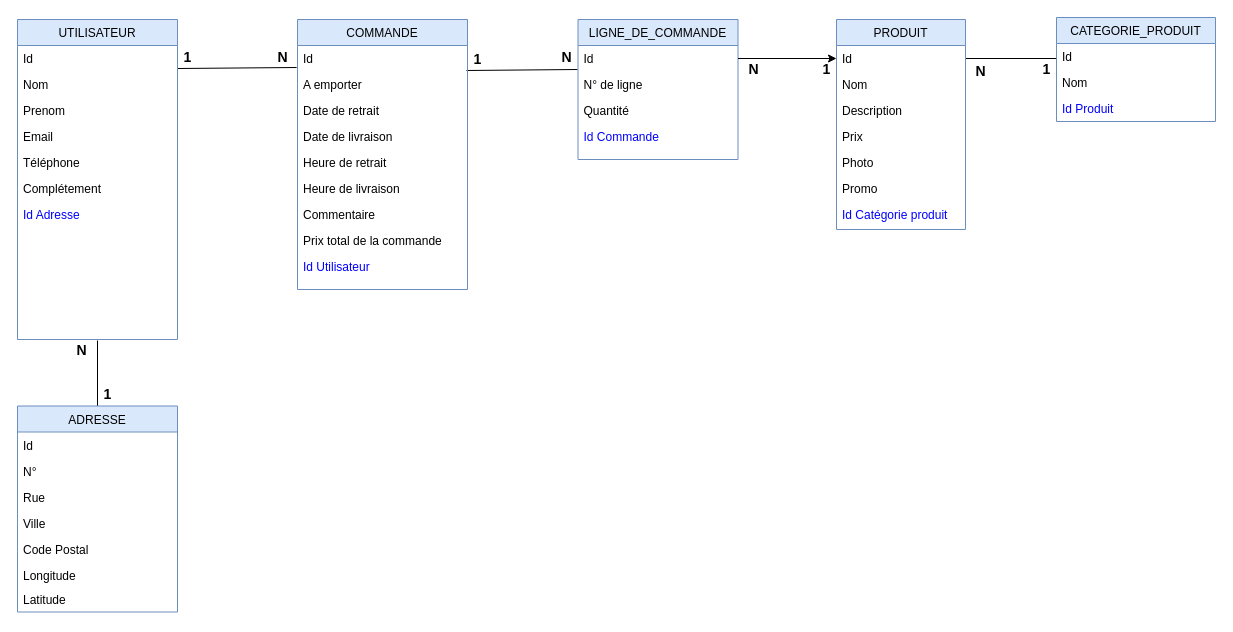
This is documentation/MCD bistrothouse.drawio from yanncipolla/bistrothouse_back, a draw.io file, before an edit. Source tidied: cells renumbered, new cells numbered last; positions are measured from the earlier drawing's top-left corner, leaving out a move shared by most shapes. Both pictures are drawn from the tidied source at 100%, with x=0, y=0 at pixel (17, 17).
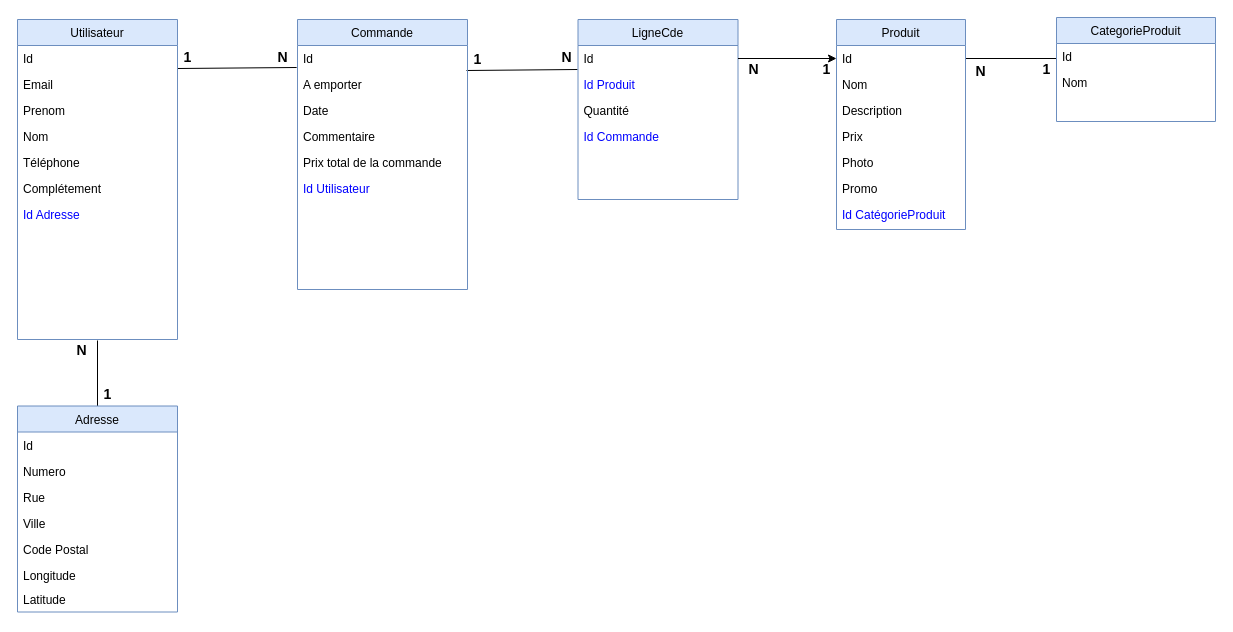
The same page after the edit.

The change refers to these unchanged cells:
```xml
<mxCell id="24" value="Id" style="text;align=left;verticalAlign=top;spacingLeft=4;spacingRight=4;overflow=hidden;points=[[0,0.5],[1,0.5]];portConstraint=eastwest;" parent="23" vertex="1">
  <mxGeometry y="26" width="170" height="26" as="geometry" />
</mxCell>
```

Diff of the diagram source:
```diff
@@
-    <mxCell id="6" style="endArrow=none;html=1;exitX=0.994;exitY=0.962;exitDx=0;exitDy=0;exitPerimeter=0;entryX=-0.003;entryY=-0.077;entryDx=0;entryDy=0;entryPerimeter=0;" parent="1" edge="1" source="24" target="35">
-      <mxGeometry relative="1" as="geometry" />
+    <mxCell id="6" style="endArrow=none;html=1;exitX=0.994;exitY=0.962;exitDx=0;exitDy=0;exitPerimeter=0;entryX=-0.003;entryY=-0.077;entryDx=0;entryDy=0;entryPerimeter=0;" parent="1" edge="1" source="24">
+      <mxGeometry relative="1" as="geometry">
+        <mxPoint x="560" y="52" as="targetPoint" />
+      </mxGeometry>
     </mxCell>
@@
-    <mxCell id="15" value="UTILISATEUR" style="swimlane;fontStyle=0;align=center;verticalAlign=top;horizontal=1;startSize=26;rounded=0;shadow=0;strokeWidth=1;fillColor=#dae8fc;strokeColor=#6c8ebf;" parent="1" vertex="1">
+    <mxCell id="15" value="Utilisateur" style="swimlane;fontStyle=0;align=center;verticalAlign=top;horizontal=1;startSize=26;rounded=0;shadow=0;strokeWidth=1;fillColor=#dae8fc;strokeColor=#6c8ebf;" parent="1" vertex="1">
       <mxGeometry y="2" width="160" height="320" as="geometry" />
     </mxCell>
@@
-    <mxCell id="17" value="Nom" style="text;align=left;verticalAlign=top;spacingLeft=4;spacingRight=4;overflow=hidden;" parent="15" vertex="1">
+    <mxCell id="17" value="Email" style="text;align=left;verticalAlign=top;spacingLeft=4;spacingRight=4;overflow=hidden;" parent="15" vertex="1">
       <mxGeometry y="52" width="160" height="26" as="geometry" />
     </mxCell>
@@
-    <mxCell id="19" value="Email" style="text;align=left;verticalAlign=top;spacingLeft=4;spacingRight=4;overflow=hidden;" parent="15" vertex="1">
+    <mxCell id="19" value="Nom" style="text;align=left;verticalAlign=top;spacingLeft=4;spacingRight=4;overflow=hidden;" parent="15" vertex="1">
       <mxGeometry y="104" width="160" height="26" as="geometry" />
     </mxCell>
@@
-    <mxCell id="23" value="COMMANDE" style="swimlane;fontStyle=0;align=center;verticalAlign=top;horizontal=1;startSize=26;rounded=0;shadow=0;strokeWidth=1;fillColor=#dae8fc;strokeColor=#6c8ebf;" parent="1" vertex="1">
+    <mxCell id="23" value="Commande" style="swimlane;fontStyle=0;align=center;verticalAlign=top;horizontal=1;startSize=26;rounded=0;shadow=0;strokeWidth=1;fillColor=#dae8fc;strokeColor=#6c8ebf;" parent="1" vertex="1">
       <mxGeometry x="280" y="2" width="170" height="270" as="geometry" />
     </mxCell>
@@
-    <mxCell id="26" value="Date de retrait" style="text;align=left;verticalAlign=top;spacingLeft=4;spacingRight=4;overflow=hidden;" parent="23" vertex="1">
+    <mxCell id="26" value="Date" style="text;align=left;verticalAlign=top;spacingLeft=4;spacingRight=4;overflow=hidden;" parent="23" vertex="1">
       <mxGeometry y="78" width="170" height="26" as="geometry" />
     </mxCell>
-    <mxCell id="27" value="Date de livraison" style="text;align=left;verticalAlign=top;spacingLeft=4;spacingRight=4;overflow=hidden;" parent="23" vertex="1">
-      <mxGeometry y="104" width="170" height="26" as="geometry" />
-    </mxCell>
-    <mxCell id="28" value="Heure de retrait" style="text;align=left;verticalAlign=top;spacingLeft=4;spacingRight=4;overflow=hidden;" parent="23" vertex="1">
-      <mxGeometry y="130" width="170" height="26" as="geometry" />
-    </mxCell>
-    <mxCell id="29" value="Heure de livraison" style="text;align=left;verticalAlign=top;spacingLeft=4;spacingRight=4;overflow=hidden;" parent="23" vertex="1">
-      <mxGeometry y="156" width="170" height="26" as="geometry" />
-    </mxCell>
     <mxCell id="30" value="Commentaire" style="text;align=left;verticalAlign=top;spacingLeft=4;spacingRight=4;overflow=hidden;" parent="23" vertex="1">
-      <mxGeometry y="182" width="170" height="26" as="geometry" />
+      <mxGeometry y="104" width="170" height="26" as="geometry" />
     </mxCell>
     <mxCell id="31" value="Prix total de la commande" style="text;align=left;verticalAlign=top;spacingLeft=4;spacingRight=4;overflow=hidden;" parent="23" vertex="1">
-      <mxGeometry y="208" width="170" height="26" as="geometry" />
+      <mxGeometry y="130" width="170" height="26" as="geometry" />
     </mxCell>
     <mxCell id="32" value="Id Utilisateur" style="text;align=left;verticalAlign=top;spacingLeft=4;spacingRight=4;overflow=hidden;fontColor=#0000FF;" parent="23" vertex="1">
-      <mxGeometry y="234" width="170" height="26" as="geometry" />
+      <mxGeometry y="156" width="170" height="26" as="geometry" />
     </mxCell>
-    <mxCell id="33" value="LIGNE_DE_COMMANDE" style="swimlane;fontStyle=0;align=center;verticalAlign=top;horizontal=1;startSize=26;rounded=0;shadow=0;strokeWidth=1;fillColor=#dae8fc;strokeColor=#6c8ebf;" parent="1" vertex="1">
-      <mxGeometry x="560.5" y="2" width="160" height="140" as="geometry" />
+    <mxCell id="33" value="LigneCde" style="swimlane;fontStyle=0;align=center;verticalAlign=top;horizontal=1;startSize=26;rounded=0;shadow=0;strokeWidth=1;fillColor=#dae8fc;strokeColor=#6c8ebf;" parent="1" vertex="1">
+      <mxGeometry x="560.5" y="2" width="160" height="180" as="geometry" />
     </mxCell>
@@
-    <mxCell id="35" value="N° de ligne" style="text;align=left;verticalAlign=top;spacingLeft=4;spacingRight=4;overflow=hidden;points=[[0,0.5],[1,0.5]];portConstraint=eastwest;fontColor=#000000;" parent="33" vertex="1">
-      <mxGeometry y="52" width="160" height="26" as="geometry" />
-    </mxCell>
+    <mxCell id="59" value="Id Produit" style="text;align=left;verticalAlign=top;spacingLeft=4;spacingRight=4;overflow=hidden;fontColor=#0000FF;" parent="33" vertex="1">
+      <mxGeometry y="52" width="160" height="26" as="geometry" />
+    </mxCell>
@@
-    <mxCell id="38" value="ADRESSE" style="swimlane;fontStyle=0;align=center;verticalAlign=top;horizontal=1;startSize=26;rounded=0;shadow=0;strokeWidth=1;fillColor=#dae8fc;strokeColor=#6c8ebf;" parent="1" vertex="1">
+    <mxCell id="38" value="Adresse" style="swimlane;fontStyle=0;align=center;verticalAlign=top;horizontal=1;startSize=26;rounded=0;shadow=0;strokeWidth=1;fillColor=#dae8fc;strokeColor=#6c8ebf;" parent="1" vertex="1">
       <mxGeometry y="388.5" width="160" height="206" as="geometry" />
     </mxCell>
@@
-    <mxCell id="40" value="N°" style="text;align=left;verticalAlign=top;spacingLeft=4;spacingRight=4;overflow=hidden;" parent="38" vertex="1">
+    <mxCell id="40" value="Numero" style="text;align=left;verticalAlign=top;spacingLeft=4;spacingRight=4;overflow=hidden;" parent="38" vertex="1">
       <mxGeometry y="52" width="160" height="26" as="geometry" />
     </mxCell>
@@
-    <mxCell id="48" value="PRODUIT" style="swimlane;fontStyle=0;align=center;verticalAlign=top;horizontal=1;startSize=26;rounded=0;shadow=0;strokeWidth=1;fillColor=#dae8fc;strokeColor=#6c8ebf;" parent="1" vertex="1">
+    <mxCell id="48" value="Produit" style="swimlane;fontStyle=0;align=center;verticalAlign=top;horizontal=1;startSize=26;rounded=0;shadow=0;strokeWidth=1;fillColor=#dae8fc;strokeColor=#6c8ebf;" parent="1" vertex="1">
       <mxGeometry x="819" y="2" width="129" height="210" as="geometry" />
     </mxCell>
@@
-    <mxCell id="55" value="Id Catégorie produit" style="text;align=left;verticalAlign=top;spacingLeft=4;spacingRight=4;overflow=hidden;rounded=0;shadow=0;html=0;fontColor=#0000FF;" parent="48" vertex="1">
+    <mxCell id="55" value="Id CatégorieProduit" style="text;align=left;verticalAlign=top;spacingLeft=4;spacingRight=4;overflow=hidden;rounded=0;shadow=0;html=0;fontColor=#0000FF;" parent="48" vertex="1">
       <mxGeometry y="182" width="129" height="26" as="geometry" />
     </mxCell>
-    <mxCell id="56" value="CATEGORIE_PRODUIT" style="swimlane;fontStyle=0;align=center;verticalAlign=top;horizontal=1;startSize=26;rounded=0;shadow=0;strokeWidth=1;fillColor=#dae8fc;strokeColor=#6c8ebf;" parent="1" vertex="1">
+    <mxCell id="56" value="CategorieProduit" style="swimlane;fontStyle=0;align=center;verticalAlign=top;horizontal=1;startSize=26;rounded=0;shadow=0;strokeWidth=1;fillColor=#dae8fc;strokeColor=#6c8ebf;" parent="1" vertex="1">
       <mxGeometry x="1039" width="159" height="104" as="geometry" />
     </mxCell>
@@
-    <mxCell id="59" value="Id Produit" style="text;align=left;verticalAlign=top;spacingLeft=4;spacingRight=4;overflow=hidden;rounded=0;shadow=0;html=0;fontColor=#0000FF;" parent="56" vertex="1">
-      <mxGeometry y="78" width="159" height="26" as="geometry" />
-    </mxCell>
```
